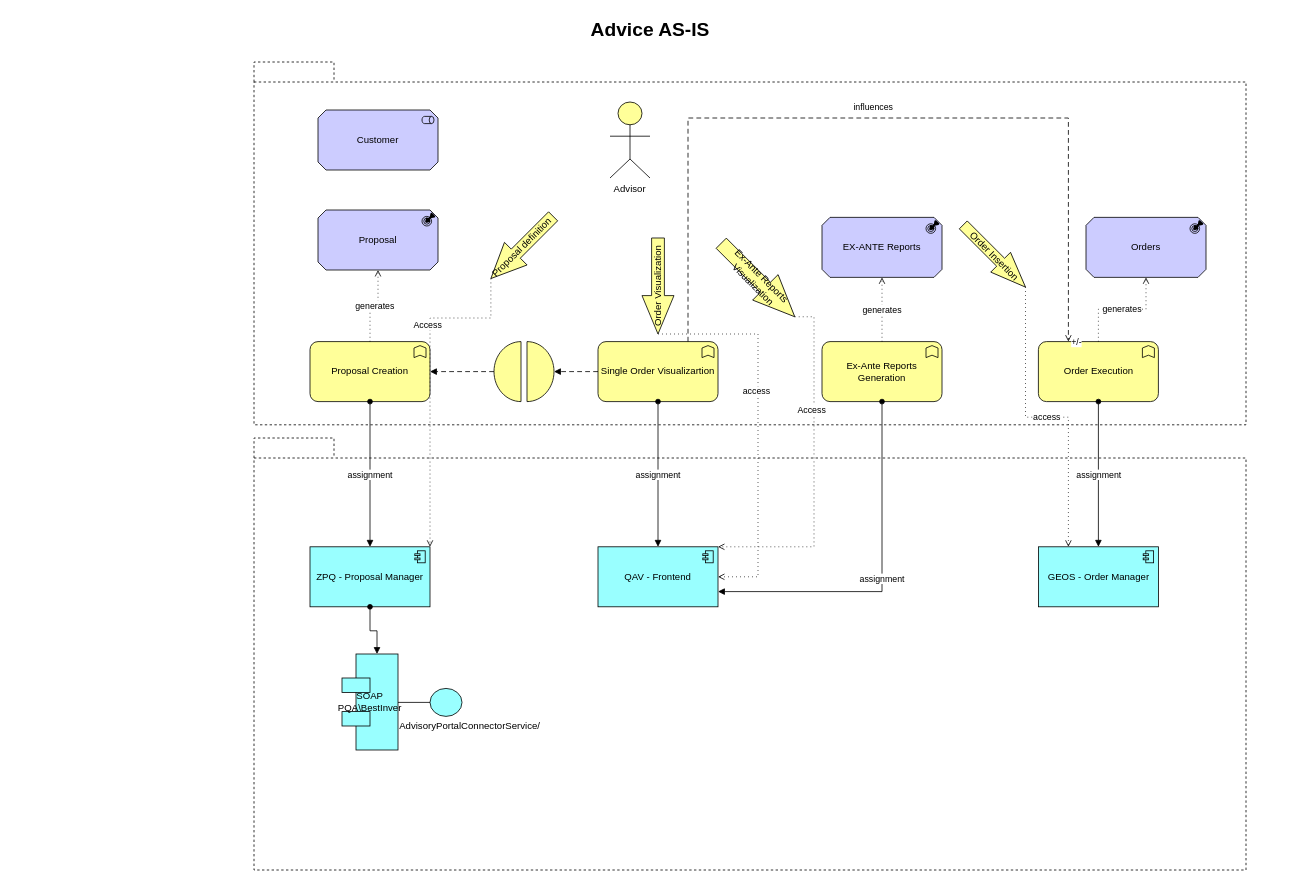
This is desing/Untitled Diagram.drawio from marcogenovaunicredit/adv-ba-process, a draw.io file, before an edit. Source tidied: cells renumbered, new cells numbered last; positions are measured from the earlier drawing's top-left corner, leaving out a move shared by most shapes. Both pictures are drawn from the tidied source at 80%, with x=0, y=0 at pixel (14, 14).
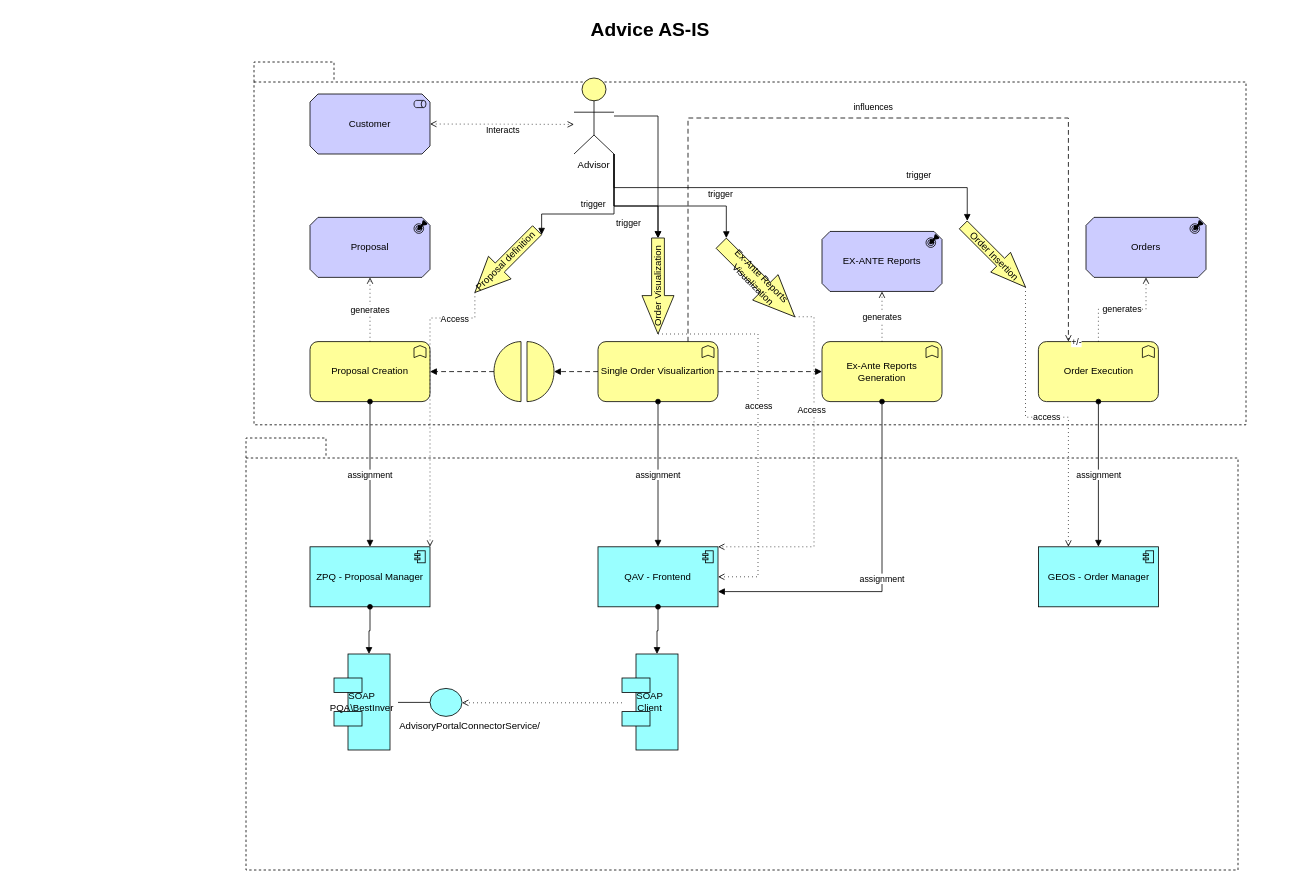
The same page after the edit.

Commit message:
Added the links among components

Unchanged cells that the change refers to:
```xml
<mxCell id="7" value="Single Order Visualizartion" style="html=1;outlineConnect=0;whiteSpace=wrap;fillColor=#ffff99;shape=mxgraph.archimate3.application;appType=func;archiType=rounded;" parent="1" vertex="1">
  <mxGeometry x="730" y="409.5" width="150" height="75" as="geometry" />
</mxCell>
<mxCell id="9" value="Order Visualization" style="html=1;outlineConnect=0;whiteSpace=wrap;fillColor=#ffff99;shape=mxgraph.archimate3.process;direction=west;rotation=-90;" parent="1" vertex="1">
  <mxGeometry x="745" y="320" width="120" height="40" as="geometry" />
</mxCell>
<mxCell id="11" value="Order Insertion" style="html=1;outlineConnect=0;whiteSpace=wrap;fillColor=#ffff99;shape=mxgraph.archimate3.process;rotation=45;" parent="1" vertex="1">
  <mxGeometry x="1170.5" y="285" width="110" height="35" as="geometry" />
</mxCell>
<mxCell id="13" value="QAV - Frontend" style="html=1;outlineConnect=0;whiteSpace=wrap;fillColor=#99ffff;shape=mxgraph.archimate3.application;appType=comp;archiType=square;" parent="1" vertex="1">
  <mxGeometry x="730" y="666" width="150" height="75" as="geometry" />
</mxCell>
<mxCell id="18" style="edgeStyle=elbowEdgeStyle;html=1;endArrow=open;elbow=vertical;endFill=0;dashed=1;dashPattern=1 4;rounded=0;entryX=1;entryY=0.5;entryDx=0;entryDy=0;entryPerimeter=0;exitX=1;exitY=0.5;exitDx=0;exitDy=0;exitPerimeter=0;" parent="1" edge="1" source="9" target="13">
  <mxGeometry relative="1" as="geometry">
    <Array as="points">
      <mxPoint x="930" y="410" />
      <mxPoint x="870" y="390" />
    </Array>
  </mxGeometry>
</mxCell>
<mxCell id="25" style="edgeStyle=elbowEdgeStyle;html=1;endArrow=open;elbow=vertical;endFill=0;dashed=1;dashPattern=1 4;rounded=0;exitX=1;exitY=0.5;exitDx=0;exitDy=0;exitPerimeter=0;entryX=1;entryY=0;entryDx=0;entryDy=0;entryPerimeter=0;" parent="1" edge="1" source="24" target="12">
  <mxGeometry relative="1" as="geometry">
    <Array as="points">
      <mxPoint x="600" y="380" />
    </Array>
  </mxGeometry>
</mxCell>
<mxCell id="36" style="html=1;outlineConnect=0;whiteSpace=wrap;fillColor=#99ffff;shape=mxgraph.archimate3.interface;" parent="1" vertex="1">
  <mxGeometry x="480" y="843" width="80" height="35" as="geometry" />
</mxCell>
<mxCell id="38" value="Ex-Ante Reports&lt;br&gt;Generation" style="html=1;outlineConnect=0;whiteSpace=wrap;fillColor=#ffff99;shape=mxgraph.archimate3.application;appType=func;archiType=rounded;" parent="1" vertex="1">
  <mxGeometry x="1010" y="409.5" width="150" height="75" as="geometry" />
</mxCell>
<mxCell id="40" value="Ex-Ante Reports Visualization" style="html=1;outlineConnect=0;whiteSpace=wrap;fillColor=#ffff99;shape=mxgraph.archimate3.process;rotation=45;" parent="1" vertex="1">
  <mxGeometry x="865" y="310" width="130" height="45" as="geometry" />
</mxCell>
```

Diff of the diagram source:
```diff
@@
     <mxCell id="2" style="shape=folder;spacingTop=10;tabWidth=100;tabHeight=25;tabPosition=left;html=1;dashed=1;" parent="1" vertex="1">
-      <mxGeometry x="300" y="530" width="1240" height="540" as="geometry" />
+      <mxGeometry x="290" y="530" width="1240" height="540" as="geometry" />
     </mxCell>
@@
+    <mxCell id="44" style="edgeStyle=orthogonalEdgeStyle;rounded=0;jettySize=auto;html=1;" parent="1" edge="1" source="8" target="9">
+      <mxGeometry relative="1" as="geometry" />
+    </mxCell>
     <mxCell id="8" value="Advisor" style="html=1;outlineConnect=0;whiteSpace=wrap;fillColor=#ffff99;verticalLabelPosition=bottom;verticalAlign=top;align=center;shape=mxgraph.archimate3.actor;" parent="1" vertex="1">
-      <mxGeometry x="745" y="110" width="50" height="95" as="geometry" />
+      <mxGeometry x="700" y="80" width="50" height="95" as="geometry" />
     </mxCell>
@@
     <mxCell id="19" value="access" style="edgeLabel;html=1;align=center;verticalAlign=middle;" parent="18" vertex="1">
-      <mxGeometry x="-0.18" y="-3" relative="1" as="geometry" />
+      <mxGeometry x="-0.18" y="-3" relative="1" as="geometry">
+        <mxPoint x="3" y="18" as="offset" />
+      </mxGeometry>
     </mxCell>
@@
     <mxCell id="21" value="Customer" style="html=1;outlineConnect=0;whiteSpace=wrap;fillColor=#CCCCFF;shape=mxgraph.archimate3.application;appType=role;archiType=oct;" parent="1" vertex="1">
-      <mxGeometry x="380" y="120" width="150" height="75" as="geometry" />
+      <mxGeometry x="370" y="100" width="150" height="75" as="geometry" />
     </mxCell>
     <mxCell id="22" value="Proposal" style="html=1;outlineConnect=0;whiteSpace=wrap;fillColor=#CCCCFF;shape=mxgraph.archimate3.application;appType=outcome;archiType=oct;" parent="1" vertex="1">
-      <mxGeometry x="380" y="245" width="150" height="75" as="geometry" />
+      <mxGeometry x="370" y="254.2" width="150" height="75" as="geometry" />
     </mxCell>
@@
     <mxCell id="24" value="Proposal definition" style="html=1;outlineConnect=0;whiteSpace=wrap;fillColor=#ffff99;shape=mxgraph.archimate3.process;rotation=-45;direction=west;" parent="1" vertex="1">
-      <mxGeometry x="580" y="271.8" width="110" height="40" as="geometry" />
+      <mxGeometry x="560" y="289.2" width="110" height="40" as="geometry" />
     </mxCell>
@@
     <mxCell id="26" value="Access" style="edgeLabel;html=1;align=center;verticalAlign=middle;" parent="25" vertex="1">
-      <mxGeometry x="-0.35" y="-4" relative="1" as="geometry" />
+      <mxGeometry x="-0.35" y="-4" relative="1" as="geometry">
+        <mxPoint x="34" y="-33" as="offset" />
+      </mxGeometry>
     </mxCell>
@@
     <mxCell id="31" value="EX-ANTE Reports" style="html=1;outlineConnect=0;whiteSpace=wrap;fillColor=#CCCCFF;shape=mxgraph.archimate3.application;appType=outcome;archiType=oct;" parent="1" vertex="1">
-      <mxGeometry x="1010" y="254.2" width="150" height="75" as="geometry" />
+      <mxGeometry x="1010" y="271.8" width="150" height="75" as="geometry" />
     </mxCell>
     <mxCell id="32" value="SOAP PQA\BestInver" style="html=1;outlineConnect=0;whiteSpace=wrap;fillColor=#99ffff;shape=mxgraph.archimate3.component;" parent="1" vertex="1">
-      <mxGeometry x="410" y="800" width="70" height="120" as="geometry" />
+      <mxGeometry x="400" y="800" width="70" height="120" as="geometry" />
     </mxCell>
@@
+    <mxCell id="45" style="edgeStyle=elbowEdgeStyle;html=1;endArrow=open;elbow=vertical;endFill=0;dashed=1;startArrow=open;startFill=0;dashPattern=1 4;rounded=0;exitX=1;exitY=0.5;exitDx=0;exitDy=0;exitPerimeter=0;" parent="1" edge="1" source="21" target="8">
+      <mxGeometry relative="1" as="geometry" />
+    </mxCell>
+    <mxCell id="46" value="Interacts" style="edgeLabel;html=1;align=center;verticalAlign=middle;" parent="45" vertex="1">
+      <mxGeometry x="-0.24" y="-6" relative="1" as="geometry">
+        <mxPoint x="22" as="offset" />
+      </mxGeometry>
+    </mxCell>
+    <mxCell id="47" value="trigger" style="edgeStyle=elbowEdgeStyle;html=1;endArrow=block;dashed=0;elbow=vertical;endFill=1;rounded=0;entryX=0;entryY=0.3;entryDx=0;entryDy=0;entryPerimeter=0;exitX=1;exitY=1;exitDx=0;exitDy=0;exitPerimeter=0;" parent="1" edge="1" source="8" target="24">
+      <mxGeometry x="0.06" y="-12" relative="1" as="geometry">
+        <Array as="points">
+          <mxPoint x="710" y="250" />
+        </Array>
+      </mxGeometry>
+    </mxCell>
+    <mxCell id="48" value="trigger" style="edgeStyle=elbowEdgeStyle;html=1;endArrow=block;dashed=0;elbow=vertical;endFill=1;rounded=0;entryX=0;entryY=0.5;entryDx=0;entryDy=0;entryPerimeter=0;exitX=1;exitY=1;exitDx=0;exitDy=0;exitPerimeter=0;" parent="1" edge="1" source="8" target="9">
+      <mxGeometry x="0.04" y="-22" relative="1" as="geometry">
+        <Array as="points">
+          <mxPoint x="780" y="240" />
+        </Array>
+      </mxGeometry>
+    </mxCell>
+    <mxCell id="49" value="trigger" style="edgeStyle=elbowEdgeStyle;html=1;endArrow=block;dashed=0;elbow=vertical;endFill=1;rounded=0;entryX=0;entryY=0.3;entryDx=0;entryDy=0;entryPerimeter=0;exitX=1;exitY=1;exitDx=0;exitDy=0;exitPerimeter=0;" parent="1" edge="1" source="8" target="40">
+      <mxGeometry x="0.61" y="15" relative="1" as="geometry">
+        <Array as="points">
+          <mxPoint x="830" y="240" />
+        </Array>
+      </mxGeometry>
+    </mxCell>
+    <mxCell id="50" value="trigger" style="edgeStyle=elbowEdgeStyle;html=1;endArrow=block;dashed=0;elbow=vertical;endFill=1;rounded=0;entryX=0;entryY=0.3;entryDx=0;entryDy=0;entryPerimeter=0;exitX=1;exitY=1;exitDx=0;exitDy=0;exitPerimeter=0;" parent="1" edge="1" source="8" target="11">
+      <mxGeometry x="0.61" y="15" relative="1" as="geometry" />
+    </mxCell>
+    <mxCell id="51" style="edgeStyle=elbowEdgeStyle;html=1;endArrow=block;dashed=1;elbow=vertical;endFill=1;dashPattern=6 4;rounded=0;entryX=0;entryY=0.5;entryDx=0;entryDy=0;entryPerimeter=0;exitX=1;exitY=0.5;exitDx=0;exitDy=0;exitPerimeter=0;" parent="1" edge="1" source="7" target="38">
+      <mxGeometry relative="1" as="geometry" />
+    </mxCell>
+    <mxCell id="52" value="SOAP&lt;br&gt;Client" style="html=1;outlineConnect=0;whiteSpace=wrap;fillColor=#99ffff;shape=mxgraph.archimate3.component;" parent="1" vertex="1">
+      <mxGeometry x="760" y="800" width="70" height="120" as="geometry" />
+    </mxCell>
+    <mxCell id="53" style="edgeStyle=elbowEdgeStyle;html=1;endArrow=open;elbow=vertical;endFill=0;dashed=1;dashPattern=1 4;rounded=0;entryX=1;entryY=0.5;entryDx=0;entryDy=0;entryPerimeter=0;" parent="1" edge="1" source="52" target="36">
+      <mxGeometry relative="1" as="geometry" />
+    </mxCell>
+    <mxCell id="54" style="endArrow=block;html=1;endFill=1;startArrow=oval;startFill=1;edgeStyle=elbowEdgeStyle;elbow=vertical;rounded=0;exitX=0.5;exitY=1;exitDx=0;exitDy=0;exitPerimeter=0;entryX=0.625;entryY=0;entryDx=0;entryDy=0;entryPerimeter=0;" parent="1" edge="1" source="13" target="52">
+      <mxGeometry relative="1" as="geometry" />
+    </mxCell>
```
